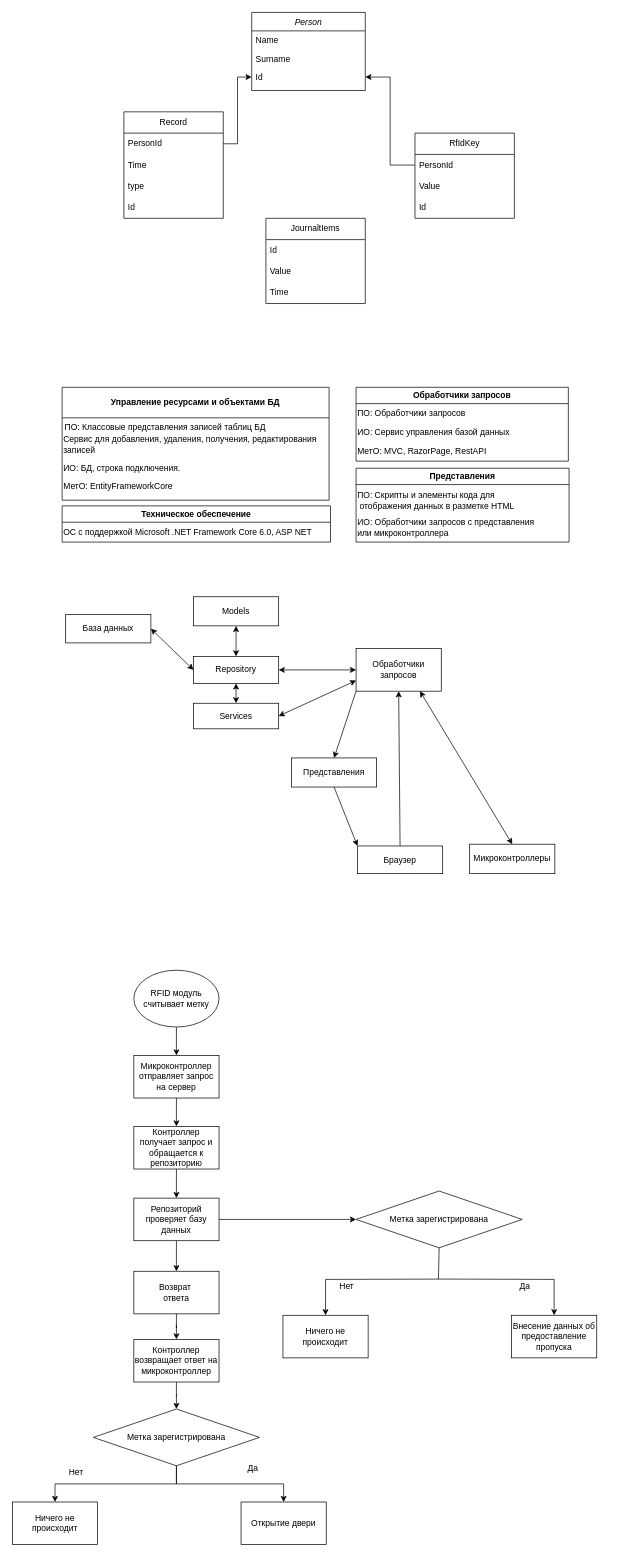
Before: Диаграмма без названия.drawio in XYphrodite/RioCourseWork, a draw.io diagram. Source tidied: cells renumbered, new cells numbered last; positions are measured from the earlier drawing's top-left corner, leaving out a move shared by most shapes. Both pictures are drawn from the tidied source at 71%, with x=0, y=0 at pixel (12, 12).
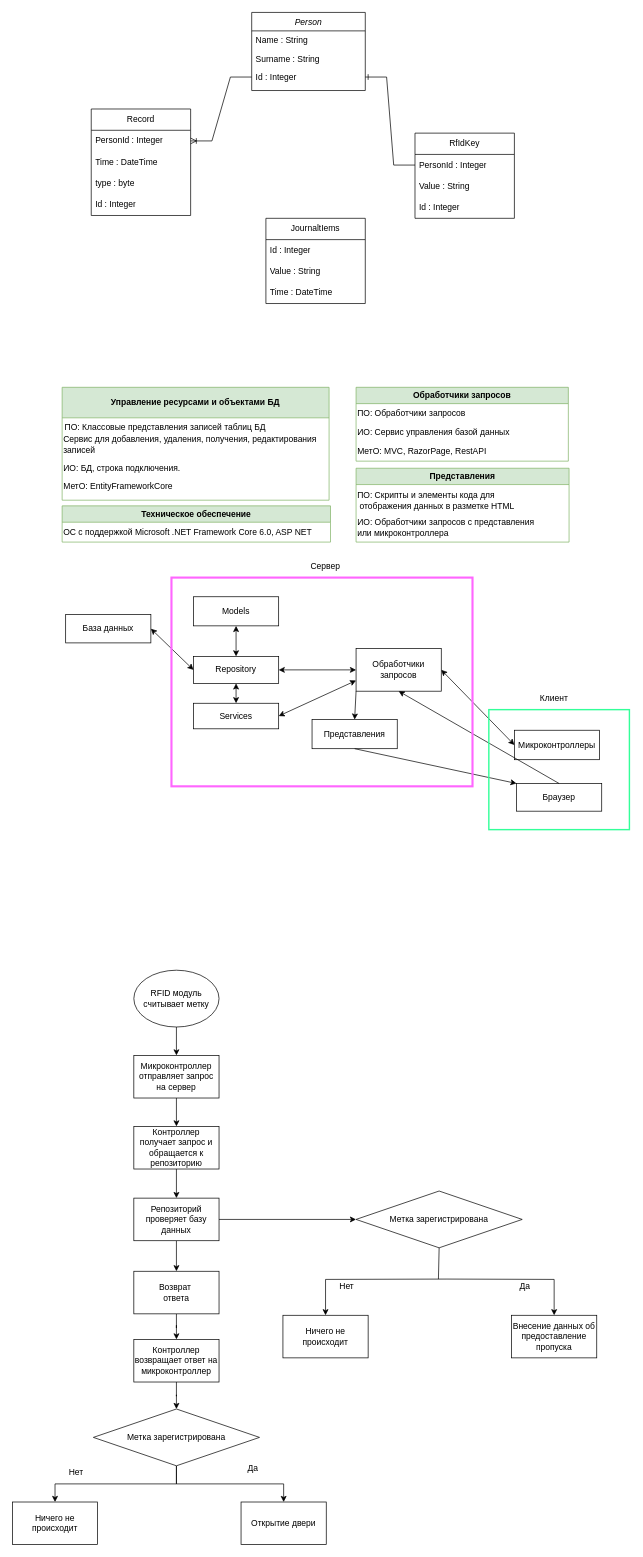
The same diagram, later.

The change refers to these unchanged cells:
```xml
<mxCell id="2" value="Person" style="swimlane;fontStyle=2;align=center;verticalAlign=top;horizontal=1;startSize=26;rounded=0;shadow=0;strokeWidth=1;" parent="1" vertex="1">
  <mxGeometry x="337" width="160" height="110" as="geometry" />
</mxCell>
<mxCell id="6" value="RfIdKey" style="swimlane;fontStyle=0;horizontal=1;startSize=30;whiteSpace=wrap;html=1;swimlaneLine=1;" parent="1" vertex="1">
  <mxGeometry x="567" y="170" width="140" height="120" as="geometry" />
</mxCell>
<mxCell id="15" value="JournaltIems" style="swimlane;fontStyle=0;horizontal=1;startSize=30;whiteSpace=wrap;html=1;" parent="1" vertex="1">
  <mxGeometry x="357" y="290" width="140" height="120" as="geometry" />
</mxCell>
<mxCell id="40" value="Обработчики запросов" style="rounded=0;whiteSpace=wrap;html=1;" parent="1" vertex="1">
  <mxGeometry x="484" y="896" width="120" height="60" as="geometry" />
</mxCell>
```

Change to the diagram source:
```diff
@@
-    <mxCell id="3" value="Name" style="text;align=left;verticalAlign=top;spacingLeft=4;spacingRight=4;overflow=hidden;" parent="2" vertex="1">
+    <mxCell id="3" value="Name : String" style="text;align=left;verticalAlign=top;spacingLeft=4;spacingRight=4;overflow=hidden;" parent="2" vertex="1">
       <mxGeometry y="26" width="160" height="26" as="geometry" />
     </mxCell>
-    <mxCell id="4" value="Surname" style="text;align=left;verticalAlign=top;spacingLeft=4;spacingRight=4;overflow=hidden;rounded=0;shadow=0;html=0;" parent="2" vertex="1">
+    <mxCell id="4" value="Surname : String" style="text;align=left;verticalAlign=top;spacingLeft=4;spacingRight=4;overflow=hidden;rounded=0;shadow=0;html=0;" parent="2" vertex="1">
       <mxGeometry y="52" width="160" height="26" as="geometry" />
     </mxCell>
-    <mxCell id="5" value="Id" style="text;align=left;verticalAlign=top;spacingLeft=4;spacingRight=4;overflow=hidden;points=[[0,0.5],[1,0.5]];portConstraint=eastwest;rounded=0;shadow=0;html=0;" parent="2" vertex="1">
+    <mxCell id="5" value="Id : Integer" style="text;align=left;verticalAlign=top;spacingLeft=4;spacingRight=4;overflow=hidden;points=[[0,0.5],[1,0.5]];portConstraint=eastwest;rounded=0;shadow=0;html=0;" parent="2" vertex="1">
       <mxGeometry y="78" width="160" height="26" as="geometry" />
     </mxCell>
@@
-    <mxCell id="7" value="PersonId" style="text;strokeColor=none;fillColor=none;align=left;verticalAlign=middle;spacingLeft=4;spacingRight=4;overflow=hidden;points=[[0,0.5],[1,0.5]];portConstraint=eastwest;whiteSpace=wrap;html=1;" parent="6" vertex="1">
+    <mxCell id="7" value="PersonId : Integer" style="text;strokeColor=none;fillColor=none;align=left;verticalAlign=middle;spacingLeft=4;spacingRight=4;overflow=hidden;points=[[0,0.5],[1,0.5]];portConstraint=eastwest;whiteSpace=wrap;html=1;" parent="6" vertex="1">
       <mxGeometry y="30" width="140" height="30" as="geometry" />
     </mxCell>
-    <mxCell id="8" value="Value" style="text;strokeColor=none;fillColor=none;align=left;verticalAlign=middle;spacingLeft=4;spacingRight=4;overflow=hidden;whiteSpace=wrap;html=1;" parent="6" vertex="1">
+    <mxCell id="8" value="Value : String" style="text;strokeColor=none;fillColor=none;align=left;verticalAlign=middle;spacingLeft=4;spacingRight=4;overflow=hidden;whiteSpace=wrap;html=1;" parent="6" vertex="1">
       <mxGeometry y="60" width="140" height="30" as="geometry" />
     </mxCell>
-    <mxCell id="9" value="Id" style="text;strokeColor=none;fillColor=none;align=left;verticalAlign=middle;spacingLeft=4;spacingRight=4;overflow=hidden;whiteSpace=wrap;html=1;" parent="6" vertex="1">
+    <mxCell id="9" value="Id : Integer" style="text;strokeColor=none;fillColor=none;align=left;verticalAlign=middle;spacingLeft=4;spacingRight=4;overflow=hidden;whiteSpace=wrap;html=1;" parent="6" vertex="1">
       <mxGeometry y="90" width="140" height="30" as="geometry" />
     </mxCell>
     <mxCell id="10" value="Record" style="swimlane;fontStyle=0;horizontal=1;startSize=30;whiteSpace=wrap;html=1;" parent="1" vertex="1">
-      <mxGeometry x="157" y="140" width="140" height="150" as="geometry" />
+      <mxGeometry x="111" y="136" width="140" height="150" as="geometry" />
     </mxCell>
-    <mxCell id="11" value="PersonId" style="text;strokeColor=none;fillColor=none;align=left;verticalAlign=middle;spacingLeft=4;spacingRight=4;overflow=hidden;points=[[0,0.5],[1,0.5]];portConstraint=eastwest;whiteSpace=wrap;html=1;" parent="10" vertex="1">
+    <mxCell id="11" value="PersonId : Integer" style="text;strokeColor=none;fillColor=none;align=left;verticalAlign=middle;spacingLeft=4;spacingRight=4;overflow=hidden;points=[[0,0.5],[1,0.5]];portConstraint=eastwest;whiteSpace=wrap;html=1;" parent="10" vertex="1">
       <mxGeometry y="30" width="140" height="30" as="geometry" />
     </mxCell>
-    <mxCell id="12" value="Time" style="text;strokeColor=none;fillColor=none;align=left;verticalAlign=middle;spacingLeft=4;spacingRight=4;overflow=hidden;whiteSpace=wrap;html=1;" parent="10" vertex="1">
+    <mxCell id="12" value="Time : DateTime" style="text;strokeColor=none;fillColor=none;align=left;verticalAlign=middle;spacingLeft=4;spacingRight=4;overflow=hidden;whiteSpace=wrap;html=1;" parent="10" vertex="1">
       <mxGeometry y="60" width="140" height="30" as="geometry" />
     </mxCell>
-    <mxCell id="13" value="type" style="text;strokeColor=none;fillColor=none;align=left;verticalAlign=middle;spacingLeft=4;spacingRight=4;overflow=hidden;whiteSpace=wrap;html=1;" parent="10" vertex="1">
+    <mxCell id="13" value="type : byte" style="text;strokeColor=none;fillColor=none;align=left;verticalAlign=middle;spacingLeft=4;spacingRight=4;overflow=hidden;whiteSpace=wrap;html=1;" parent="10" vertex="1">
       <mxGeometry y="90" width="140" height="30" as="geometry" />
     </mxCell>
-    <mxCell id="14" value="Id" style="text;strokeColor=none;fillColor=none;align=left;verticalAlign=middle;spacingLeft=4;spacingRight=4;overflow=hidden;whiteSpace=wrap;html=1;" parent="10" vertex="1">
+    <mxCell id="14" value="Id : Integer" style="text;strokeColor=none;fillColor=none;align=left;verticalAlign=middle;spacingLeft=4;spacingRight=4;overflow=hidden;whiteSpace=wrap;html=1;" parent="10" vertex="1">
       <mxGeometry y="120" width="140" height="30" as="geometry" />
     </mxCell>
@@
-    <mxCell id="16" value="Id" style="text;strokeColor=none;fillColor=none;align=left;verticalAlign=middle;spacingLeft=4;spacingRight=4;overflow=hidden;whiteSpace=wrap;html=1;" parent="15" vertex="1">
+    <mxCell id="16" value="Id : Integer" style="text;strokeColor=none;fillColor=none;align=left;verticalAlign=middle;spacingLeft=4;spacingRight=4;overflow=hidden;whiteSpace=wrap;html=1;" parent="15" vertex="1">
       <mxGeometry y="30" width="140" height="30" as="geometry" />
     </mxCell>
-    <mxCell id="17" value="Value" style="text;strokeColor=none;fillColor=none;align=left;verticalAlign=middle;spacingLeft=4;spacingRight=4;overflow=hidden;whiteSpace=wrap;html=1;" parent="15" vertex="1">
+    <mxCell id="17" value="Value : String" style="text;strokeColor=none;fillColor=none;align=left;verticalAlign=middle;spacingLeft=4;spacingRight=4;overflow=hidden;whiteSpace=wrap;html=1;" parent="15" vertex="1">
       <mxGeometry y="60" width="140" height="30" as="geometry" />
     </mxCell>
-    <mxCell id="18" value="Time" style="text;strokeColor=none;fillColor=none;align=left;verticalAlign=middle;spacingLeft=4;spacingRight=4;overflow=hidden;whiteSpace=wrap;html=1;" parent="15" vertex="1">
+    <mxCell id="18" value="Time : DateTime" style="text;strokeColor=none;fillColor=none;align=left;verticalAlign=middle;spacingLeft=4;spacingRight=4;overflow=hidden;whiteSpace=wrap;html=1;" parent="15" vertex="1">
       <mxGeometry y="90" width="140" height="30" as="geometry" />
     </mxCell>
-    <mxCell id="19" style="edgeStyle=orthogonalEdgeStyle;rounded=0;jettySize=auto;html=1;entryX=0;entryY=0.5;entryDx=0;entryDy=0;" parent="1" edge="1" source="11" target="5">
-      <mxGeometry relative="1" as="geometry" />
-    </mxCell>
-    <mxCell id="20" style="edgeStyle=orthogonalEdgeStyle;rounded=0;jettySize=auto;html=1;entryX=1;entryY=0.5;entryDx=0;entryDy=0;" parent="1" edge="1" source="7" target="5">
-      <mxGeometry relative="1" as="geometry" />
-    </mxCell>
-    <mxCell id="21" value="Управление ресурсами и объектами БД" style="swimlane;whiteSpace=wrap;html=1;startSize=43;" parent="1" vertex="1">
+    <mxCell id="21" value="Управление ресурсами и объектами БД" style="swimlane;whiteSpace=wrap;html=1;startSize=43;fillColor=#d5e8d4;strokeColor=#82b366;" parent="1" vertex="1">
       <mxGeometry x="70" y="528" width="376" height="159" as="geometry" />
     </mxCell>
@@
-    <mxCell id="26" value="Обработчики запросов" style="swimlane;whiteSpace=wrap;html=1;" parent="1" vertex="1">
+    <mxCell id="26" value="Обработчики запросов" style="swimlane;whiteSpace=wrap;html=1;fillColor=#d5e8d4;strokeColor=#82b366;" parent="1" vertex="1">
       <mxGeometry x="484" y="528" width="299" height="104" as="geometry" />
     </mxCell>
@@
-    <mxCell id="30" value="Представления" style="swimlane;whiteSpace=wrap;html=1;" parent="1" vertex="1">
+    <mxCell id="30" value="Представления" style="swimlane;whiteSpace=wrap;html=1;fillColor=#d5e8d4;strokeColor=#82b366;" parent="1" vertex="1">
       <mxGeometry x="484" y="642" width="300" height="104" as="geometry" />
     </mxCell>
@@
-    <mxCell id="33" value="Техническое обеспечение" style="swimlane;whiteSpace=wrap;html=1;" parent="1" vertex="1">
+    <mxCell id="33" value="Техническое обеспечение" style="swimlane;whiteSpace=wrap;html=1;fillColor=#d5e8d4;strokeColor=#82b366;" parent="1" vertex="1">
       <mxGeometry x="70" y="695" width="378" height="51" as="geometry" />
     </mxCell>
@@
     <mxCell id="45" value="Представления" style="rounded=0;whiteSpace=wrap;html=1;" parent="1" vertex="1">
-      <mxGeometry x="393" y="1050" width="120" height="41" as="geometry" />
+      <mxGeometry x="422" y="996" width="120" height="41" as="geometry" />
     </mxCell>
     <mxCell id="46" value="Браузер" style="rounded=0;whiteSpace=wrap;html=1;" parent="1" vertex="1">
-      <mxGeometry x="486" y="1174" width="120" height="39" as="geometry" />
+      <mxGeometry x="710" y="1086" width="120" height="39" as="geometry" />
     </mxCell>
     <mxCell id="47" value="Микроконтроллеры" style="rounded=0;whiteSpace=wrap;html=1;" parent="1" vertex="1">
-      <mxGeometry x="644" y="1171.5" width="120" height="41.5" as="geometry" />
+      <mxGeometry x="707" y="1011" width="120" height="41.5" as="geometry" />
     </mxCell>
-    <mxCell id="48" style="endArrow=classic;startArrow=classic;html=1;rounded=0;entryX=0.75;entryY=1;entryDx=0;entryDy=0;exitX=0.5;exitY=0;exitDx=0;exitDy=0;" parent="1" edge="1" source="47" target="40">
+    <mxCell id="48" style="endArrow=classic;startArrow=classic;html=1;rounded=0;entryX=1;entryY=0.5;entryDx=0;entryDy=0;exitX=0;exitY=0.5;exitDx=0;exitDy=0;" parent="1" edge="1" source="47" target="40">
       <mxGeometry relative="1" as="geometry" />
     </mxCell>
@@
+    <mxCell id="20" style="edgeStyle=entityRelationEdgeStyle;fontSize=12;html=1;endArrow=ERone;endFill=1;rounded=0;exitX=0;exitY=0.5;exitDx=0;exitDy=0;entryX=1;entryY=0.5;entryDx=0;entryDy=0;" parent="1" edge="1" source="7" target="5">
+      <mxGeometry relative="1" as="geometry" />
+    </mxCell>
+    <mxCell id="80" style="edgeStyle=entityRelationEdgeStyle;fontSize=12;html=1;endArrow=ERoneToMany;rounded=0;exitX=0;exitY=0.5;exitDx=0;exitDy=0;entryX=1;entryY=0.5;entryDx=0;entryDy=0;" parent="1" edge="1" source="5" target="11">
+      <mxGeometry relative="1" as="geometry" />
+    </mxCell>
+    <mxCell id="81" style="rounded=0;whiteSpace=wrap;html=1;fillColor=none;strokeColor=#FF66FF;strokeWidth=3;" parent="1" vertex="1">
+      <mxGeometry x="224" y="796" width="424" height="294" as="geometry" />
+    </mxCell>
+    <mxCell id="82" style="rounded=0;whiteSpace=wrap;html=1;fillColor=none;strokeColor=#33FF99;strokeWidth=2;" parent="1" vertex="1">
+      <mxGeometry x="671" y="982" width="198" height="169" as="geometry" />
+    </mxCell>
+    <mxCell id="83" value="Сервер" style="text;html=1;strokeColor=none;fillColor=none;align=center;verticalAlign=middle;whiteSpace=wrap;rounded=0;" parent="1" vertex="1">
+      <mxGeometry x="411" y="766" width="60" height="30" as="geometry" />
+    </mxCell>
+    <mxCell id="84" value="Клиент" style="text;html=1;strokeColor=none;fillColor=none;align=center;verticalAlign=middle;whiteSpace=wrap;rounded=0;" parent="1" vertex="1">
+      <mxGeometry x="733" y="952" width="60" height="30" as="geometry" />
+    </mxCell>
```
